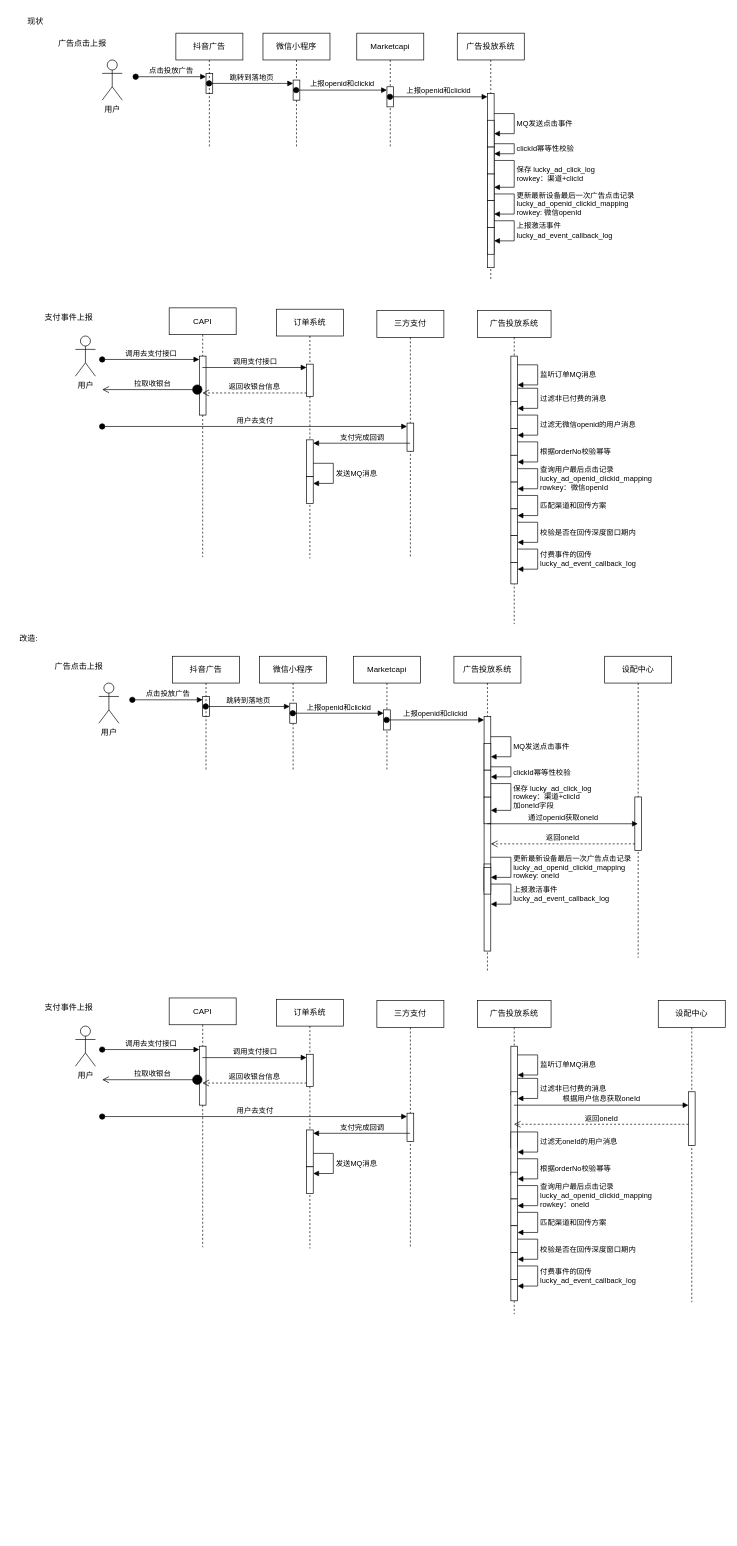
Before: page "咖啡广告巨量投放逻辑" (15 of 15) of src/draw/广告投放系统.drawio in y13513867074/draw, a draw.io diagram. Source tidied: cells renumbered, new cells numbered last; positions are measured from the earlier drawing's top-left corner, leaving out a move shared by most shapes. Both pictures are drawn from the tidied source at 67%, with x=0, y=0 at pixel (11, 11).
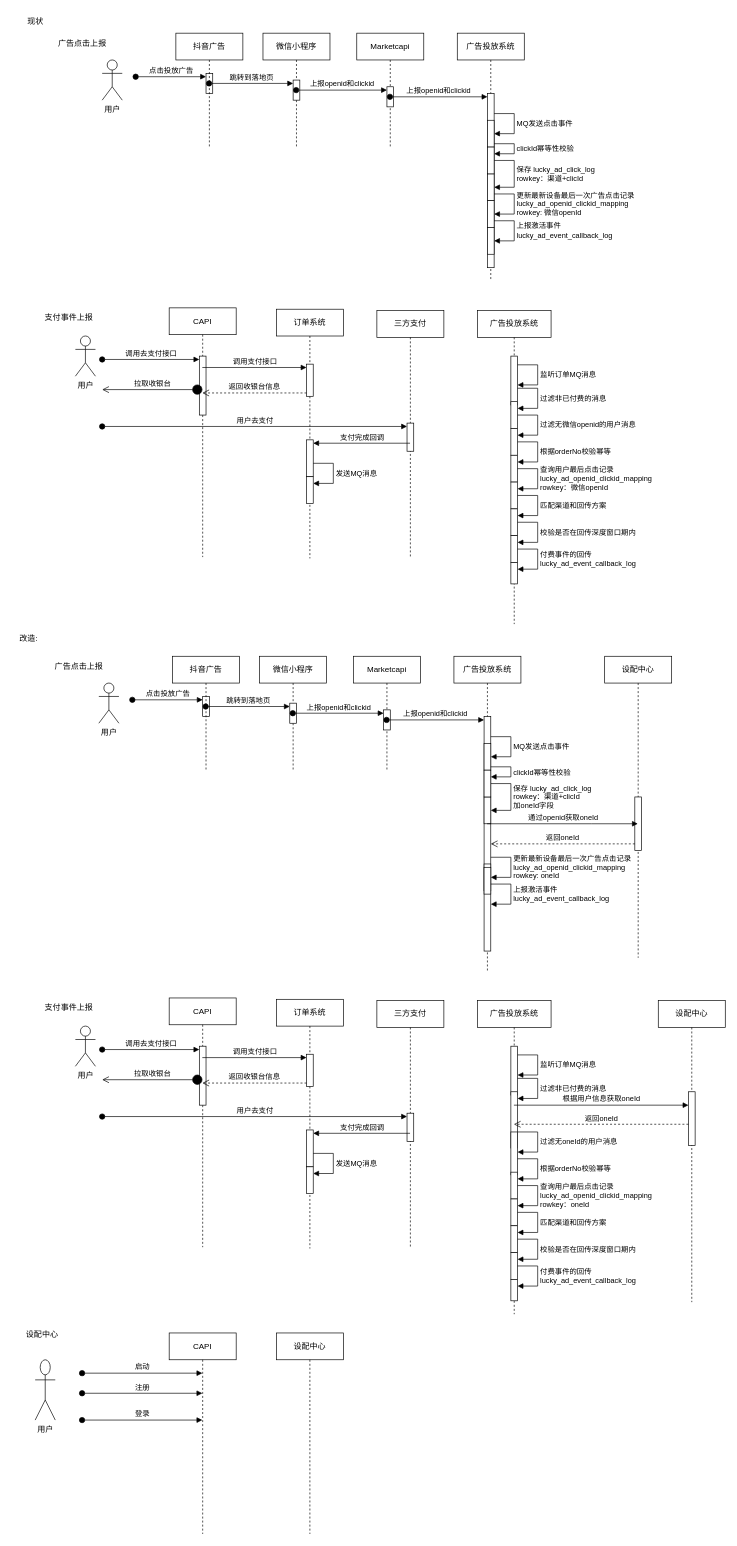
Above is the later version.

Commit message (it also covers changes not shown here):
更新广告投放系统.drawio

Diff of the diagram source:
```diff
@@
+    <mxCell id="130" value="设配中心" style="text;html=1;align=center;verticalAlign=middle;strokeColor=none;fillColor=none;" parent="1" vertex="1">
+      <mxGeometry x="10" y="1960" width="70" height="30" as="geometry" />
+    </mxCell>
+    <mxCell id="131" value="CAPI" style="shape=umlLifeline;perimeter=lifelinePerimeter;whiteSpace=wrap;html=1;outlineConnect=0;portConstraint=eastwest;newEdgeStyle={&quot;curved&quot;:0,&quot;rounded&quot;:0};" parent="1" vertex="1">
+      <mxGeometry x="235" y="1972" width="100" height="300" as="geometry" />
+    </mxCell>
+    <mxCell id="132" value="设配中心" style="shape=umlLifeline;perimeter=lifelinePerimeter;whiteSpace=wrap;html=1;newEdgeStyle={&quot;curved&quot;:0,&quot;rounded&quot;:0};" parent="1" vertex="1">
+      <mxGeometry x="395" y="1972" width="100" height="300" as="geometry" />
+    </mxCell>
+    <mxCell id="133" value="用户" style="shape=umlActor;verticalLabelPosition=bottom;verticalAlign=top;html=1;" parent="1" vertex="1">
+      <mxGeometry x="35" y="2012" width="30" height="90" as="geometry" />
+    </mxCell>
+    <mxCell id="134" value="启动" style="html=1;verticalAlign=bottom;startArrow=oval;startFill=1;endArrow=block;startSize=8;curved=0;rounded=0;" parent="1" edge="1" target="131">
+      <mxGeometry relative="1" as="geometry">
+        <mxPoint x="105" y="2032" as="sourcePoint" />
+      </mxGeometry>
+    </mxCell>
+    <mxCell id="135" value="注册" style="html=1;verticalAlign=bottom;startArrow=oval;startFill=1;endArrow=block;startSize=8;curved=0;rounded=0;" parent="1" edge="1" target="131">
+      <mxGeometry relative="1" as="geometry">
+        <mxPoint x="105" y="2062" as="sourcePoint" />
+      </mxGeometry>
+    </mxCell>
+    <mxCell id="136" value="登录" style="html=1;verticalAlign=bottom;startArrow=oval;startFill=1;endArrow=block;startSize=8;curved=0;rounded=0;" parent="1" edge="1" target="131">
+      <mxGeometry relative="1" as="geometry">
+        <mxPoint x="105" y="2102" as="sourcePoint" />
+      </mxGeometry>
+    </mxCell>
```
